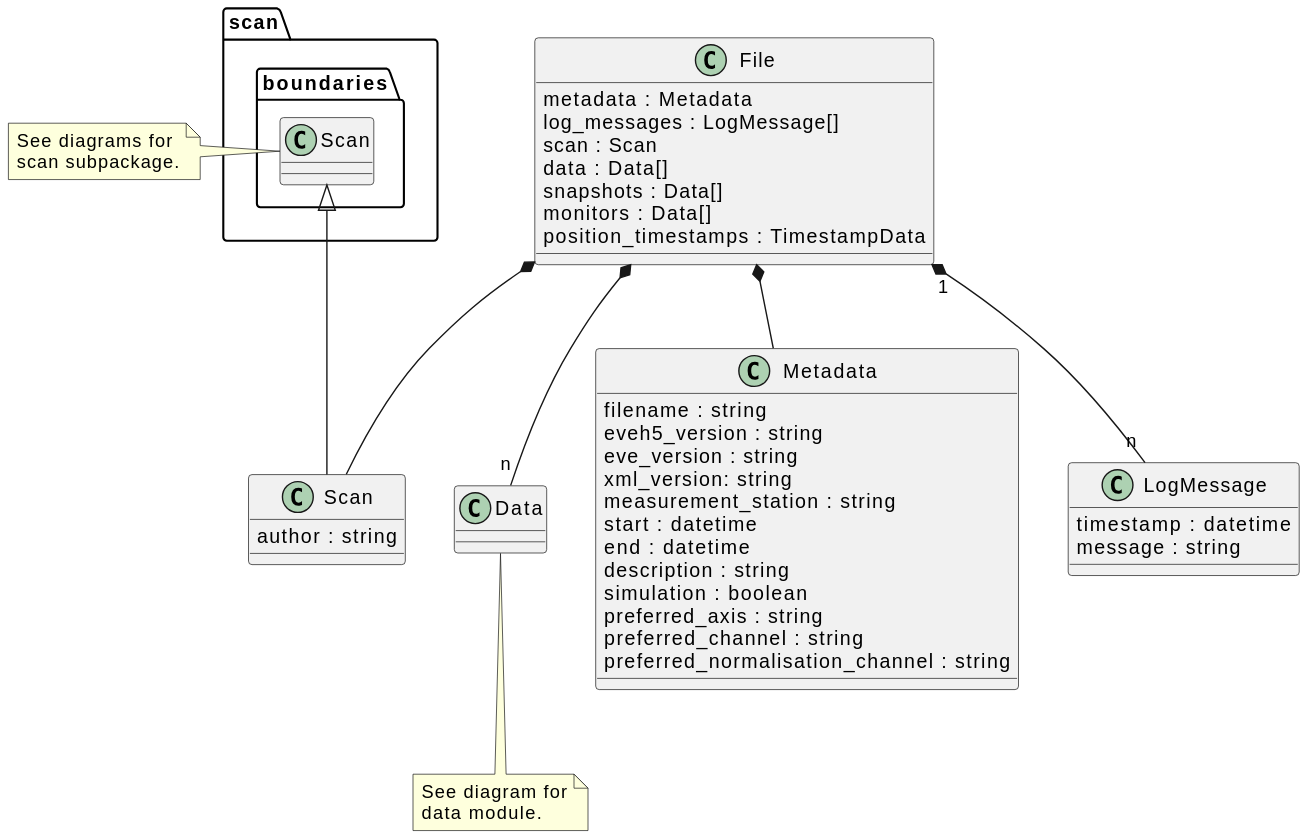
tillbiskup/evedata keeps this PlantUML diagram as docs/uml/evedata.evefile.file.svg. Above is the earlier version.
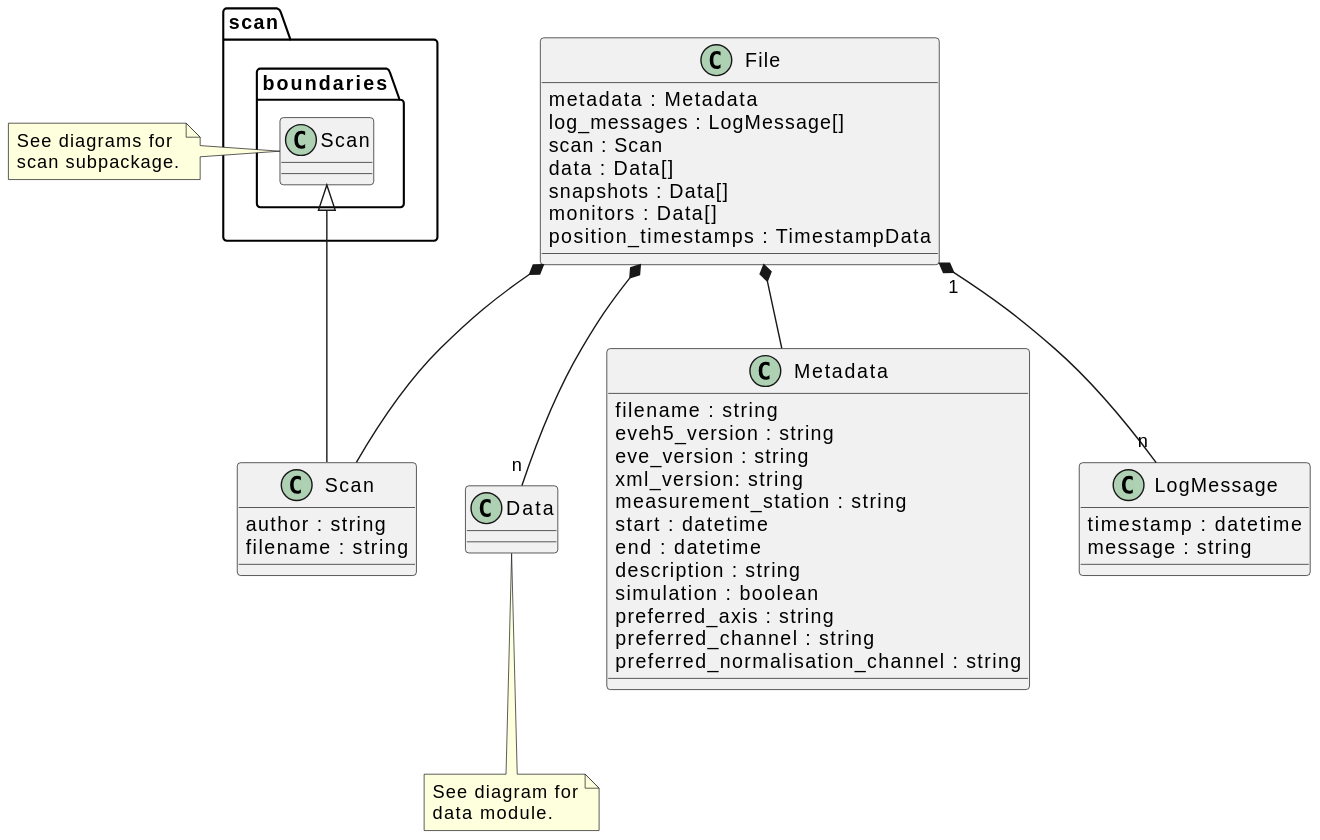
After the commit.

The edit, as a diff of the source:
```diff
@@ -34,6 +34,7 @@
 
 class Scan extends scan.boundaries.Scan {
     author : string
+    filename : string
 }
 note left: See diagrams for\nscan subpackage.
 
```
